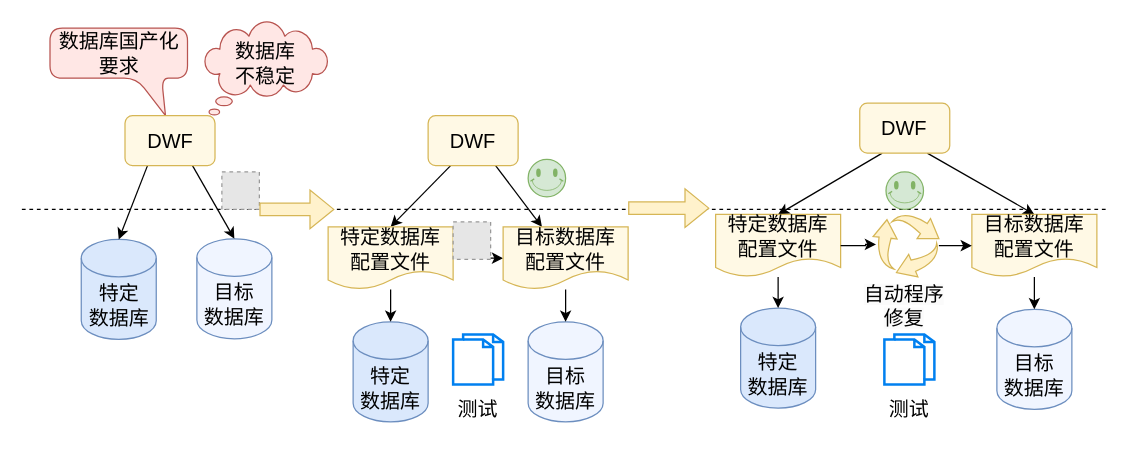
The draw.io diagram 开题报告/motivation.drawio in Olive-2019/drawio-source, before the edit. Source tidied: cells renumbered, new cells numbered last; positions are measured from the earlier drawing's top-left corner, leaving out a move shared by most shapes. Both pictures are drawn from the tidied source at 125%, with x=0, y=0 at pixel (21, 21). Pictures stored in the file or linked from it are replaced by grey dashed boxes.
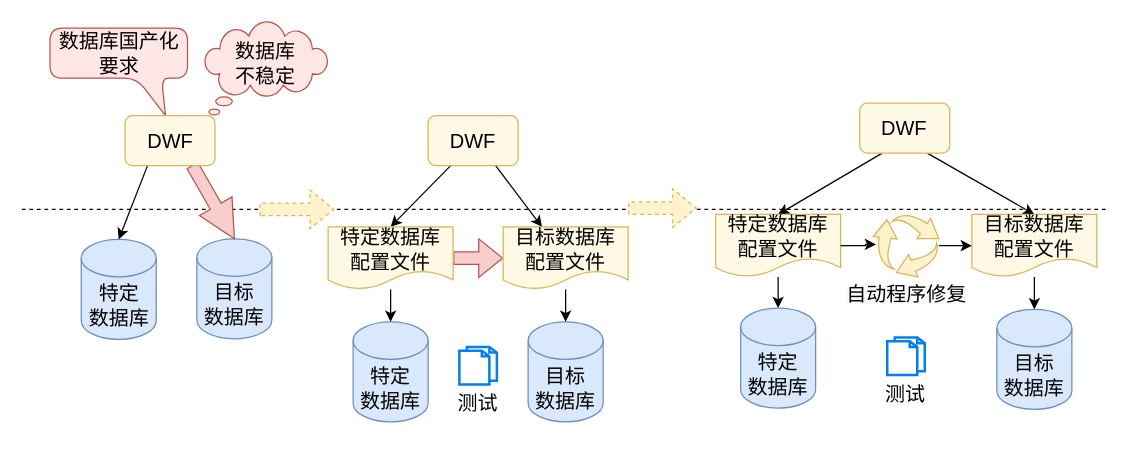
The same page after the edit.

Unchanged cells that the change refers to:
```xml
<mxCell id="15" value="特定数据库&lt;div style=&quot;font-size: 16px;&quot;&gt;配置文件&lt;/div&gt;" style="shape=document;whiteSpace=wrap;html=1;boundedLbl=1;fontSize=16;fillColor=#FFF9E5;strokeColor=#d6b656;" parent="1" vertex="1">
  <mxGeometry x="245" y="164" width="100" height="50" as="geometry" />
</mxCell>
<mxCell id="17" value="目标数据库&lt;div style=&quot;font-size: 16px;&quot;&gt;配置文件&lt;/div&gt;" style="shape=document;whiteSpace=wrap;html=1;boundedLbl=1;fontSize=16;fillColor=#FFF9E5;strokeColor=#d6b656;" parent="1" vertex="1">
  <mxGeometry x="385" y="164" width="100" height="50" as="geometry" />
</mxCell>
<mxCell id="34" value="&lt;span style=&quot;font-size: 16px;&quot;&gt;DWF&lt;/span&gt;" style="rounded=1;whiteSpace=wrap;html=1;fillColor=#FFF9E5;strokeColor=#d6b656;" parent="1" vertex="1">
  <mxGeometry x="82.5" y="75" width="72" height="40" as="geometry" />
</mxCell>
<mxCell id="40" style="group;" parent="1" vertex="1">
  <mxGeometry x="335" y="250" width="60" height="75" as="geometry" />
</mxCell>
```

Change to the diagram source:
```diff
@@
-    <mxCell id="5" style="verticalLabelPosition=bottom;verticalAlign=top;html=1;shape=mxgraph.basic.smiley;fillColor=#d5e8d4;strokeColor=#82b366;" parent="1" vertex="1">
-      <mxGeometry x="405" y="110" width="30" height="30" as="geometry" />
-    </mxCell>
@@
-    <mxCell id="7" value="&lt;div&gt;目标&lt;/div&gt;&lt;div&gt;数据库&lt;/div&gt;" style="shape=cylinder3;whiteSpace=wrap;html=1;boundedLbl=1;backgroundOutline=1;size=15;fontSize=16;fillColor=#F0F5FF;strokeColor=#6c8ebf;" parent="1" vertex="1">
+    <mxCell id="7" value="&lt;div&gt;目标&lt;/div&gt;&lt;div&gt;数据库&lt;/div&gt;" style="shape=cylinder3;whiteSpace=wrap;html=1;boundedLbl=1;backgroundOutline=1;size=15;fontSize=16;fillColor=#dae8fc;strokeColor=#6c8ebf;" parent="1" vertex="1">
       <mxGeometry x="140" y="173.5" width="60" height="80" as="geometry" />
     </mxCell>
-    <mxCell id="8" style="rounded=0;jettySize=auto;html=1;entryX=0.5;entryY=0;entryDx=0;entryDy=0;entryPerimeter=0;exitX=0.75;exitY=1;exitDx=0;exitDy=0;" parent="1" edge="1" source="34" target="7">
+    <mxCell id="8" style="rounded=0;jettySize=auto;html=1;entryX=0.5;entryY=0;entryDx=0;entryDy=0;entryPerimeter=0;exitX=0.75;exitY=1;exitDx=0;exitDy=0;fillColor=#f8cecc;strokeColor=#b85450;strokeWidth=1;shape=arrow;" parent="1" edge="1" source="34" target="7">
       <mxGeometry relative="1" as="geometry" />
     </mxCell>
@@
-    <mxCell id="12" value="&lt;div&gt;目标&lt;/div&gt;&lt;div&gt;数据库&lt;/div&gt;" style="shape=cylinder3;whiteSpace=wrap;html=1;boundedLbl=1;backgroundOutline=1;size=15;fontSize=16;fillColor=#F0F5FF;strokeColor=#6c8ebf;" parent="1" vertex="1">
+    <mxCell id="12" value="&lt;div&gt;目标&lt;/div&gt;&lt;div&gt;数据库&lt;/div&gt;" style="shape=cylinder3;whiteSpace=wrap;html=1;boundedLbl=1;backgroundOutline=1;size=15;fontSize=16;fillColor=#dae8fc;strokeColor=#6c8ebf;" parent="1" vertex="1">
       <mxGeometry x="405" y="240" width="60" height="80" as="geometry" />
     </mxCell>
@@
-    <mxCell id="14" style="edgeStyle=orthogonalEdgeStyle;rounded=0;jettySize=auto;html=1;entryX=0;entryY=0.5;entryDx=0;entryDy=0;" parent="1" edge="1" source="15" target="17">
+    <mxCell id="14" style="edgeStyle=orthogonalEdgeStyle;rounded=0;jettySize=auto;html=1;entryX=0;entryY=0.5;entryDx=0;entryDy=0;fillColor=#f8cecc;strokeColor=#b85450;strokeWidth=1;shape=flexArrow;" parent="1" edge="1" source="15" target="17">
       <mxGeometry relative="1" as="geometry" />
     </mxCell>
@@
-    <mxCell id="18" style="fillColor=#E6E6E6;strokeColor=#999999;dashed=1;html=1;verticalAlign=top;verticalLabelPosition=bottom;labelBackgroundColor=#ffffff;" parent="1" vertex="1">
-      <mxGeometry x="345" y="160" width="30" height="30" as="geometry" />
-    </mxCell>
-    <mxCell id="19" style="fillColor=#E6E6E6;strokeColor=#999999;dashed=1;html=1;verticalAlign=top;verticalLabelPosition=bottom;labelBackgroundColor=#ffffff;" parent="1" vertex="1">
-      <mxGeometry x="160" y="120" width="30" height="30" as="geometry" />
-    </mxCell>
@@
-    <mxCell id="21" style="verticalLabelPosition=bottom;verticalAlign=top;html=1;shape=mxgraph.basic.smiley;fillColor=#d5e8d4;strokeColor=#82b366;" parent="1" vertex="1">
-      <mxGeometry x="691.3" y="120" width="30" height="30" as="geometry" />
-    </mxCell>
@@
-    <mxCell id="25" value="&lt;div&gt;目标&lt;/div&gt;&lt;div&gt;数据库&lt;/div&gt;" style="shape=cylinder3;whiteSpace=wrap;html=1;boundedLbl=1;backgroundOutline=1;size=15;fontSize=16;fillColor=#F0F5FF;strokeColor=#6c8ebf;" parent="1" vertex="1">
+    <mxCell id="25" value="&lt;div&gt;目标&lt;/div&gt;&lt;div&gt;数据库&lt;/div&gt;" style="shape=cylinder3;whiteSpace=wrap;html=1;boundedLbl=1;backgroundOutline=1;size=15;fontSize=16;fillColor=#dae8fc;strokeColor=#6c8ebf;" parent="1" vertex="1">
       <mxGeometry x="780" y="230" width="60" height="80" as="geometry" />
     </mxCell>
@@
     <mxCell id="32" value="&#10;&lt;span style=&quot;color: rgb(0, 0, 0); font-family: Helvetica; font-size: 16px; font-style: normal; font-variant-ligatures: normal; font-variant-caps: normal; font-weight: 400; letter-spacing: normal; orphans: 2; text-align: center; text-indent: 0px; text-transform: none; widows: 2; word-spacing: 0px; -webkit-text-stroke-width: 0px; white-space: normal; background-color: rgb(251, 251, 251); text-decoration-thickness: initial; text-decoration-style: initial; text-decoration-color: initial; display: inline !important; float: none;&quot;&gt;自动程序修复&lt;/span&gt;&#10;&#10;" style="text;html=1;align=center;verticalAlign=middle;whiteSpace=wrap;rounded=0;" parent="1" vertex="1">
-      <mxGeometry x="666.3" y="210" width="80" height="50" as="geometry" />
+      <mxGeometry x="655.5" y="200" width="103.7" height="50" as="geometry" />
     </mxCell>
@@
     <mxCell id="37" style="group;" parent="1" vertex="1">
-      <mxGeometry x="680" y="250" width="60" height="75" as="geometry" />
+      <mxGeometry x="677.3" y="242.5" width="60" height="75" as="geometry" />
     </mxCell>
     <mxCell id="38" style="html=1;verticalLabelPosition=bottom;align=center;labelBackgroundColor=#ffffff;verticalAlign=top;strokeWidth=2;strokeColor=#0080F0;shadow=0;dashed=0;shape=mxgraph.ios7.icons.documents;" parent="37" vertex="1">
-      <mxGeometry x="10" width="40" height="40" as="geometry" />
+      <mxGeometry x="15" y="10" width="30" height="30" as="geometry" />
     </mxCell>
     <mxCell id="39" value="测试" style="text;html=1;align=center;verticalAlign=middle;whiteSpace=wrap;rounded=0;fontSize=16;" parent="37" vertex="1">
-      <mxGeometry y="45" width="60" height="30" as="geometry" />
+      <mxGeometry y="40" width="60" height="30" as="geometry" />
     </mxCell>
@@
     <mxCell id="41" style="html=1;verticalLabelPosition=bottom;align=center;labelBackgroundColor=#ffffff;verticalAlign=top;strokeWidth=2;strokeColor=#0080F0;shadow=0;dashed=0;shape=mxgraph.ios7.icons.documents;" parent="40" vertex="1">
-      <mxGeometry x="10" width="40" height="40" as="geometry" />
+      <mxGeometry x="15" y="10" width="30" height="30" as="geometry" />
     </mxCell>
     <mxCell id="42" value="测试" style="text;html=1;align=center;verticalAlign=middle;whiteSpace=wrap;rounded=0;fontSize=16;" parent="40" vertex="1">
-      <mxGeometry y="45" width="60" height="30" as="geometry" />
+      <mxGeometry y="40" width="60" height="30" as="geometry" />
     </mxCell>
-    <mxCell id="43" style="endArrow=classic;html=1;rounded=0;shape=flexArrow;fillColor=#fff2cc;strokeColor=#d6b656;" parent="1" edge="1">
+    <mxCell id="43" style="endArrow=classic;html=1;rounded=0;shape=flexArrow;fillColor=#fff2cc;strokeColor=#d6b656;dashed=1;" parent="1" edge="1">
       <mxGeometry relative="1" as="geometry">
         <mxPoint x="190" y="150" as="sourcePoint" />
         <mxPoint x="250" y="150" as="targetPoint" />
       </mxGeometry>
     </mxCell>
-    <mxCell id="44" style="endArrow=classic;html=1;rounded=0;shape=flexArrow;fillColor=#fff2cc;strokeColor=#d6b656;" parent="1" edge="1">
+    <mxCell id="44" style="endArrow=classic;html=1;rounded=0;shape=flexArrow;fillColor=#fff2cc;strokeColor=#d6b656;dashed=1;" parent="1" edge="1">
       <mxGeometry relative="1" as="geometry">
         <mxPoint x="485" y="149" as="sourcePoint" />
-        <mxPoint x="550" y="149" as="targetPoint" />
+        <mxPoint x="540" y="149" as="targetPoint" />
       </mxGeometry>
     </mxCell>
```
